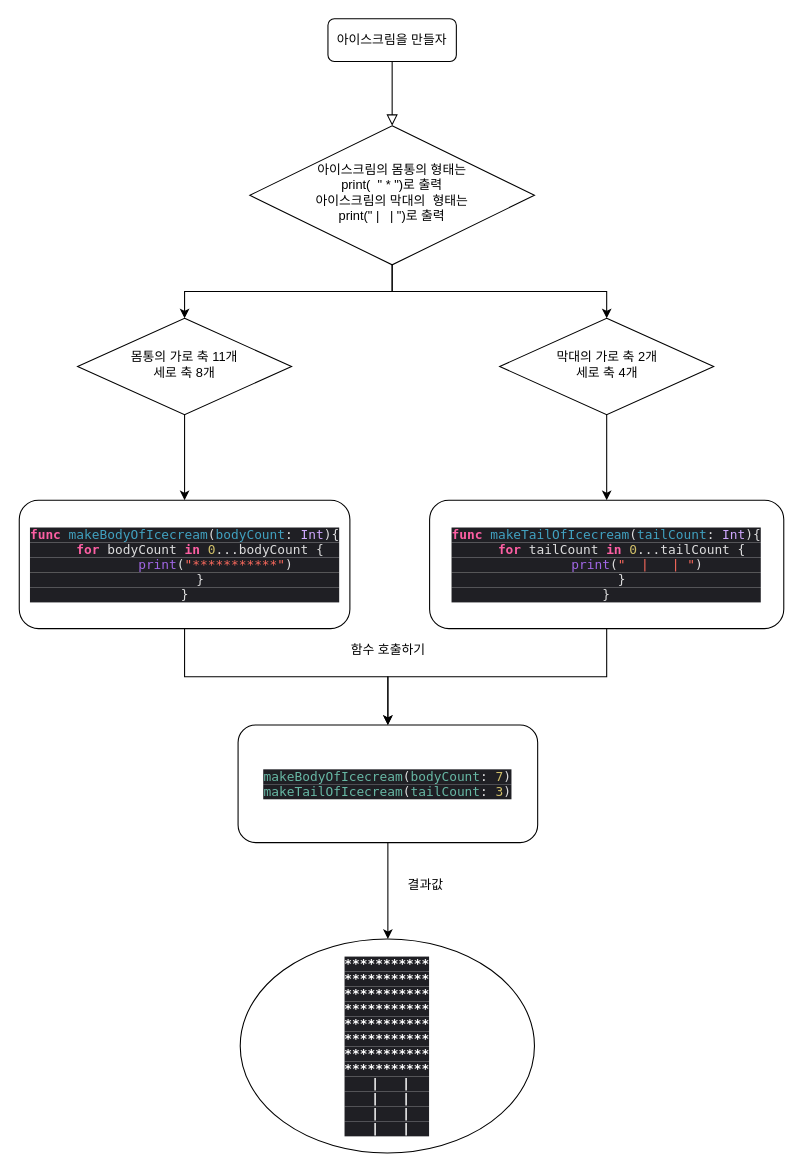
Earlier version of the draw.io diagram icecream.drawio (yagom-academy/swift-starter-Round1). Source tidied: cells renumbered, new cells numbered last; positions are measured from the earlier drawing's top-left corner, leaving out a move shared by most shapes. Both pictures are drawn from the tidied source at 107%, with x=0, y=0 at pixel (19, 18).
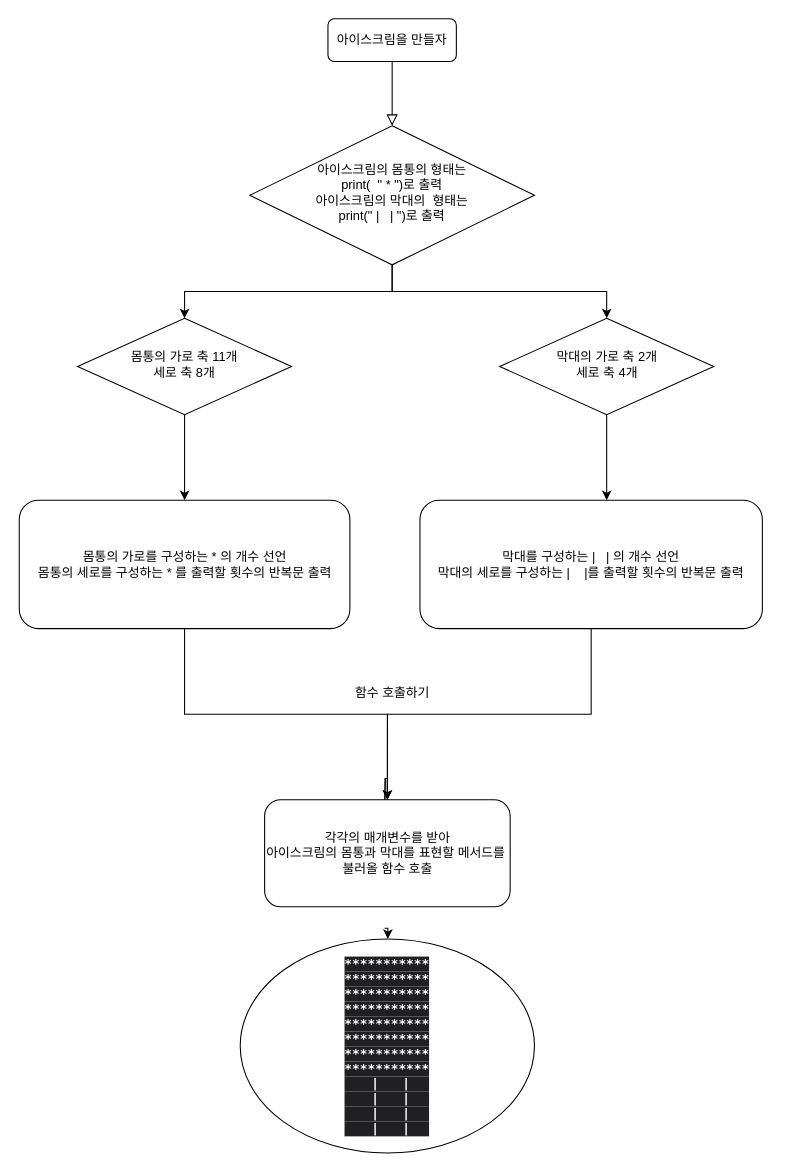
The same page after the edit.

Commit message (it also covers changes not shown here):
Step2 change for code style: change for code form docs: update 1.아이스크림의 몸통을 호출하는 함수안에 반복문을 두번 호출하였습니다. 순서도 안에 코드를 삭제하고 문장으로 표현하였습니다. 2.반복문을 두 번 호출하여 아이스크림 몸통의 내부 구조가 바뀔시 더 편하게 수정할 수 있도록 하기위해 수정했습니다.

Unchanged cells that the change refers to:
```xml
<mxCell id="12" value="막대의 가로 축 2개&lt;br&gt;세로 축 4개" style="rhombus;whiteSpace=wrap;html=1;shadow=0;strokeWidth=1;spacing=6;spacingTop=-4;" parent="1" vertex="1">
  <mxGeometry x="448.5" y="280" width="200" height="90" as="geometry" />
</mxCell>
```

Diff of the diagram source:
```diff
@@
-    <mxCell id="9" style="edgeStyle=orthogonalEdgeStyle;rounded=0;jettySize=auto;html=1;" parent="1" edge="1" source="10" target="16">
-      <mxGeometry relative="1" as="geometry" />
+    <mxCell id="9" style="edgeStyle=orthogonalEdgeStyle;rounded=0;jettySize=auto;html=1;startArrow=none;" parent="1" edge="1" source="23">
+      <mxGeometry relative="1" as="geometry">
+        <mxPoint x="341" y="740" as="targetPoint" />
+      </mxGeometry>
     </mxCell>
+    <mxCell id="20" style="edgeStyle=orthogonalEdgeStyle;rounded=0;jettySize=auto;html=1;entryX=0.5;entryY=0;entryDx=0;entryDy=0;" parent="1" edge="1" source="10" target="23">
+      <mxGeometry relative="1" as="geometry" />
+    </mxCell>
-    <mxCell id="10" value="&lt;p class=&quot;p1&quot; style=&quot;margin: 0px ; font-stretch: normal ; line-height: normal ; font-family: &amp;#34;menlo&amp;#34; ; color: rgb(65 , 161 , 192) ; background-color: rgb(31 , 31 , 36)&quot;&gt;&lt;span class=&quot;s1&quot; style=&quot;color: rgb(252 , 95 , 163)&quot;&gt;&lt;b&gt;func&lt;/b&gt;&lt;/span&gt;&lt;span class=&quot;s2&quot; style=&quot;color: rgba(255 , 255 , 255 , 0.85)&quot;&gt; &lt;/span&gt;makeBodyOfIcecream&lt;span class=&quot;s2&quot; style=&quot;color: rgba(255 , 255 , 255 , 0.85)&quot;&gt;(&lt;/span&gt;bodyCount&lt;span class=&quot;s2&quot; style=&quot;color: rgba(255 , 255 , 255 , 0.85)&quot;&gt;: &lt;/span&gt;&lt;span class=&quot;s3&quot; style=&quot;color: rgb(208 , 168 , 255)&quot;&gt;Int&lt;/span&gt;&lt;span class=&quot;s2&quot; style=&quot;color: rgba(255 , 255 , 255 , 0.85)&quot;&gt;){&lt;/span&gt;&lt;/p&gt;&lt;p class=&quot;p2&quot; style=&quot;margin: 0px ; font-stretch: normal ; line-height: normal ; font-family: &amp;#34;menlo&amp;#34; ; color: rgba(255 , 255 , 255 , 0.85) ; background-color: rgb(31 , 31 , 36)&quot;&gt;&lt;span class=&quot;Apple-converted-space&quot;&gt;&amp;nbsp; &amp;nbsp; &lt;/span&gt;&lt;span class=&quot;s1&quot; style=&quot;color: rgb(252 , 95 , 163)&quot;&gt;&lt;b&gt;for&lt;/b&gt;&lt;/span&gt; bodyCount &lt;span class=&quot;s1&quot; style=&quot;color: rgb(252 , 95 , 163)&quot;&gt;&lt;b&gt;in&lt;/b&gt;&lt;/span&gt; &lt;span class=&quot;s4&quot; style=&quot;color: rgb(208 , 191 , 105)&quot;&gt;0&lt;/span&gt;...bodyCount {&lt;/p&gt;&lt;p class=&quot;p3&quot; style=&quot;margin: 0px ; font-stretch: normal ; line-height: normal ; font-family: &amp;#34;menlo&amp;#34; ; color: rgb(252 , 106 , 93) ; background-color: rgb(31 , 31 , 36)&quot;&gt;&lt;span class=&quot;s2&quot; style=&quot;color: rgba(255 , 255 , 255 , 0.85)&quot;&gt;&amp;nbsp; &amp;nbsp; &amp;nbsp; &amp;nbsp; &lt;/span&gt;&lt;span class=&quot;s5&quot; style=&quot;color: rgb(161 , 103 , 230)&quot;&gt;print&lt;/span&gt;&lt;span class=&quot;s2&quot; style=&quot;color: rgba(255 , 255 , 255 , 0.85)&quot;&gt;(&lt;/span&gt;&quot;***********&quot;&lt;span class=&quot;s2&quot; style=&quot;color: rgba(255 , 255 , 255 , 0.85)&quot;&gt;)&lt;/span&gt;&lt;/p&gt;&lt;p class=&quot;p2&quot; style=&quot;margin: 0px ; font-stretch: normal ; line-height: normal ; font-family: &amp;#34;menlo&amp;#34; ; color: rgba(255 , 255 , 255 , 0.85) ; background-color: rgb(31 , 31 , 36)&quot;&gt;&lt;span class=&quot;Apple-converted-space&quot;&gt;&amp;nbsp; &amp;nbsp; &lt;/span&gt;}&lt;/p&gt;&lt;p class=&quot;p2&quot; style=&quot;margin: 0px ; font-stretch: normal ; line-height: normal ; font-family: &amp;#34;menlo&amp;#34; ; color: rgba(255 , 255 , 255 , 0.85) ; background-color: rgb(31 , 31 , 36)&quot;&gt;}&lt;/p&gt;" style="rounded=1;whiteSpace=wrap;html=1;fontSize=12;glass=0;strokeWidth=1;shadow=0;" parent="1" vertex="1">
+    <mxCell id="10" value="몸통의 가로를 구성하는 * 의 개수 선언&lt;br&gt;몸통의 세로를 구성하는 * 를 출력할 횟수의 반복문 출력" style="rounded=1;whiteSpace=wrap;html=1;fontSize=12;glass=0;strokeWidth=1;shadow=0;" parent="1" vertex="1">
       <mxGeometry x="-0.5" y="450" width="309" height="120" as="geometry" />
     </mxCell>
-    <mxCell id="11" style="edgeStyle=orthogonalEdgeStyle;rounded=0;jettySize=auto;html=1;" parent="1" edge="1" source="12" target="14">
-      <mxGeometry relative="1" as="geometry" />
+    <mxCell id="11" style="edgeStyle=orthogonalEdgeStyle;rounded=0;jettySize=auto;html=1;" parent="1" edge="1" source="12">
+      <mxGeometry relative="1" as="geometry">
+        <mxPoint x="548.5" y="450" as="targetPoint" />
+      </mxGeometry>
     </mxCell>
@@
-    <mxCell id="13" style="edgeStyle=orthogonalEdgeStyle;rounded=0;jettySize=auto;html=1;" parent="1" edge="1" source="14" target="16">
-      <mxGeometry relative="1" as="geometry" />
+    <mxCell id="13" style="edgeStyle=orthogonalEdgeStyle;rounded=0;jettySize=auto;html=1;startArrow=none;" parent="1" edge="1" source="23">
+      <mxGeometry relative="1" as="geometry">
+        <mxPoint x="341" y="740" as="targetPoint" />
+      </mxGeometry>
     </mxCell>
-    <mxCell id="14" value="&lt;p class=&quot;p1&quot; style=&quot;margin: 0px ; font-stretch: normal ; line-height: normal ; font-family: &amp;#34;menlo&amp;#34; ; color: rgb(65 , 161 , 192) ; background-color: rgb(31 , 31 , 36)&quot;&gt;&lt;span class=&quot;s1&quot; style=&quot;color: rgb(252 , 95 , 163)&quot;&gt;&lt;b&gt;func&lt;/b&gt;&lt;/span&gt;&lt;span class=&quot;s2&quot; style=&quot;color: rgba(255 , 255 , 255 , 0.85)&quot;&gt; &lt;/span&gt;makeTailOfIcecream&lt;span class=&quot;s2&quot; style=&quot;color: rgba(255 , 255 , 255 , 0.85)&quot;&gt;(&lt;/span&gt;tailCount&lt;span class=&quot;s2&quot; style=&quot;color: rgba(255 , 255 , 255 , 0.85)&quot;&gt;: &lt;/span&gt;&lt;span class=&quot;s3&quot; style=&quot;color: rgb(208 , 168 , 255)&quot;&gt;Int&lt;/span&gt;&lt;span class=&quot;s2&quot; style=&quot;color: rgba(255 , 255 , 255 , 0.85)&quot;&gt;){&lt;/span&gt;&lt;/p&gt;&lt;p class=&quot;p2&quot; style=&quot;margin: 0px ; font-stretch: normal ; line-height: normal ; font-family: &amp;#34;menlo&amp;#34; ; color: rgba(255 , 255 , 255 , 0.85) ; background-color: rgb(31 , 31 , 36)&quot;&gt;&lt;span class=&quot;Apple-converted-space&quot;&gt;&amp;nbsp; &amp;nbsp; &lt;/span&gt;&lt;span class=&quot;s1&quot; style=&quot;color: rgb(252 , 95 , 163)&quot;&gt;&lt;b&gt;for&lt;/b&gt;&lt;/span&gt; tailCount &lt;span class=&quot;s1&quot; style=&quot;color: rgb(252 , 95 , 163)&quot;&gt;&lt;b&gt;in&lt;/b&gt;&lt;/span&gt; &lt;span class=&quot;s4&quot; style=&quot;color: rgb(208 , 191 , 105)&quot;&gt;0&lt;/span&gt;...tailCount {&lt;/p&gt;&lt;p class=&quot;p2&quot; style=&quot;margin: 0px ; font-stretch: normal ; line-height: normal ; font-family: &amp;#34;menlo&amp;#34; ; color: rgba(255 , 255 , 255 , 0.85) ; background-color: rgb(31 , 31 , 36)&quot;&gt;&lt;span class=&quot;Apple-converted-space&quot;&gt;&amp;nbsp; &amp;nbsp; &amp;nbsp; &amp;nbsp; &lt;/span&gt;&lt;span class=&quot;s5&quot; style=&quot;color: rgb(161 , 103 , 230)&quot;&gt;print&lt;/span&gt;(&lt;span class=&quot;s6&quot; style=&quot;color: rgb(252 , 106 , 93)&quot;&gt;&quot;&lt;span class=&quot;Apple-converted-space&quot;&gt;&amp;nbsp; &lt;/span&gt;| &lt;span class=&quot;Apple-converted-space&quot;&gt;&amp;nbsp; &lt;/span&gt;| &quot;&lt;/span&gt;)&lt;/p&gt;&lt;p class=&quot;p2&quot; style=&quot;margin: 0px ; font-stretch: normal ; line-height: normal ; font-family: &amp;#34;menlo&amp;#34; ; color: rgba(255 , 255 , 255 , 0.85) ; background-color: rgb(31 , 31 , 36)&quot;&gt;&lt;span class=&quot;Apple-converted-space&quot;&gt;&amp;nbsp; &amp;nbsp; &lt;/span&gt;}&lt;/p&gt;&lt;p class=&quot;p2&quot; style=&quot;margin: 0px ; font-stretch: normal ; line-height: normal ; font-family: &amp;#34;menlo&amp;#34; ; color: rgba(255 , 255 , 255 , 0.85) ; background-color: rgb(31 , 31 , 36)&quot;&gt;}&lt;/p&gt;" style="rounded=1;whiteSpace=wrap;html=1;" parent="1" vertex="1">
-      <mxGeometry x="383" y="450" width="331" height="120" as="geometry" />
-    </mxCell>
-    <mxCell id="15" style="edgeStyle=orthogonalEdgeStyle;rounded=0;jettySize=auto;html=1;" parent="1" edge="1" source="16">
+    <mxCell id="15" style="edgeStyle=orthogonalEdgeStyle;rounded=0;orthogonalLoop=1;jettySize=auto;html=1;" parent="1" edge="1">
       <mxGeometry relative="1" as="geometry">
+        <mxPoint x="341" y="850" as="sourcePoint" />
         <mxPoint x="344" y="860" as="targetPoint" />
       </mxGeometry>
     </mxCell>
-    <mxCell id="16" value="&lt;p class=&quot;p1&quot; style=&quot;margin: 0px ; font-stretch: normal ; line-height: normal ; font-family: &amp;#34;menlo&amp;#34; ; color: rgb(103 , 183 , 164) ; background-color: rgb(31 , 31 , 36)&quot;&gt;makeBodyOfIcecream&lt;span class=&quot;s1&quot; style=&quot;color: rgba(255 , 255 , 255 , 0.85)&quot;&gt;(&lt;/span&gt;bodyCount&lt;span class=&quot;s1&quot; style=&quot;color: rgba(255 , 255 , 255 , 0.85)&quot;&gt;: &lt;/span&gt;&lt;span class=&quot;s2&quot; style=&quot;color: rgb(208 , 191 , 105)&quot;&gt;7&lt;/span&gt;&lt;span class=&quot;s1&quot; style=&quot;color: rgba(255 , 255 , 255 , 0.85)&quot;&gt;)&lt;/span&gt;&lt;/p&gt;&lt;p class=&quot;p1&quot; style=&quot;margin: 0px ; font-stretch: normal ; line-height: normal ; font-family: &amp;#34;menlo&amp;#34; ; color: rgb(103 , 183 , 164) ; background-color: rgb(31 , 31 , 36)&quot;&gt;makeTailOfIcecream&lt;span class=&quot;s1&quot; style=&quot;color: rgba(255 , 255 , 255 , 0.85)&quot;&gt;(&lt;/span&gt;tailCount&lt;span class=&quot;s1&quot; style=&quot;color: rgba(255 , 255 , 255 , 0.85)&quot;&gt;: &lt;/span&gt;&lt;span class=&quot;s2&quot; style=&quot;color: rgb(208 , 191 , 105)&quot;&gt;3&lt;/span&gt;&lt;span class=&quot;s1&quot; style=&quot;color: rgba(255 , 255 , 255 , 0.85)&quot;&gt;)&lt;/span&gt;&lt;/p&gt;" style="whiteSpace=wrap;html=1;rounded=1;glass=0;strokeWidth=1;shadow=0;" parent="1" vertex="1">
-      <mxGeometry x="204" y="660" width="280" height="110" as="geometry" />
-    </mxCell>
     <mxCell id="17" value="함수 호출하기" style="text;html=1;align=center;verticalAlign=middle;strokeColor=none;fillColor=none;" parent="1" vertex="1">
-      <mxGeometry x="304" y="580" width="80" height="20" as="geometry" />
+      <mxGeometry x="308" y="620" width="80" height="20" as="geometry" />
     </mxCell>
@@
-    <mxCell id="19" value="결과값" style="text;html=1;align=center;verticalAlign=middle;strokeColor=none;fillColor=none;" parent="1" vertex="1">
-      <mxGeometry x="354" y="800" width="50" height="20" as="geometry" />
-    </mxCell>
+    <mxCell id="21" style="edgeStyle=orthogonalEdgeStyle;rounded=0;jettySize=auto;html=1;" parent="1" edge="1" source="22" target="23">
+      <mxGeometry relative="1" as="geometry" />
+    </mxCell>
+    <mxCell id="22" value="막대를 구성하는 |&amp;nbsp; &amp;nbsp;| 의 개수 선언&lt;br&gt;막대의 세로를 구성하는 |&amp;nbsp; &amp;nbsp; |를 출력할 횟수의 반복문 출력" style="rounded=1;whiteSpace=wrap;html=1;" parent="1" vertex="1">
+      <mxGeometry x="374" y="450" width="320" height="120" as="geometry" />
+    </mxCell>
+    <mxCell id="23" value="각각의 매개변수를 받아&lt;br&gt;아이스크림의 몸통과 막대를 표현할 메서드를&amp;nbsp;&lt;br&gt;불러올 함수 호출" style="rounded=1;whiteSpace=wrap;html=1;" parent="1" vertex="1">
+      <mxGeometry x="228.8" y="730" width="229.5" height="100" as="geometry" />
+    </mxCell>
```
